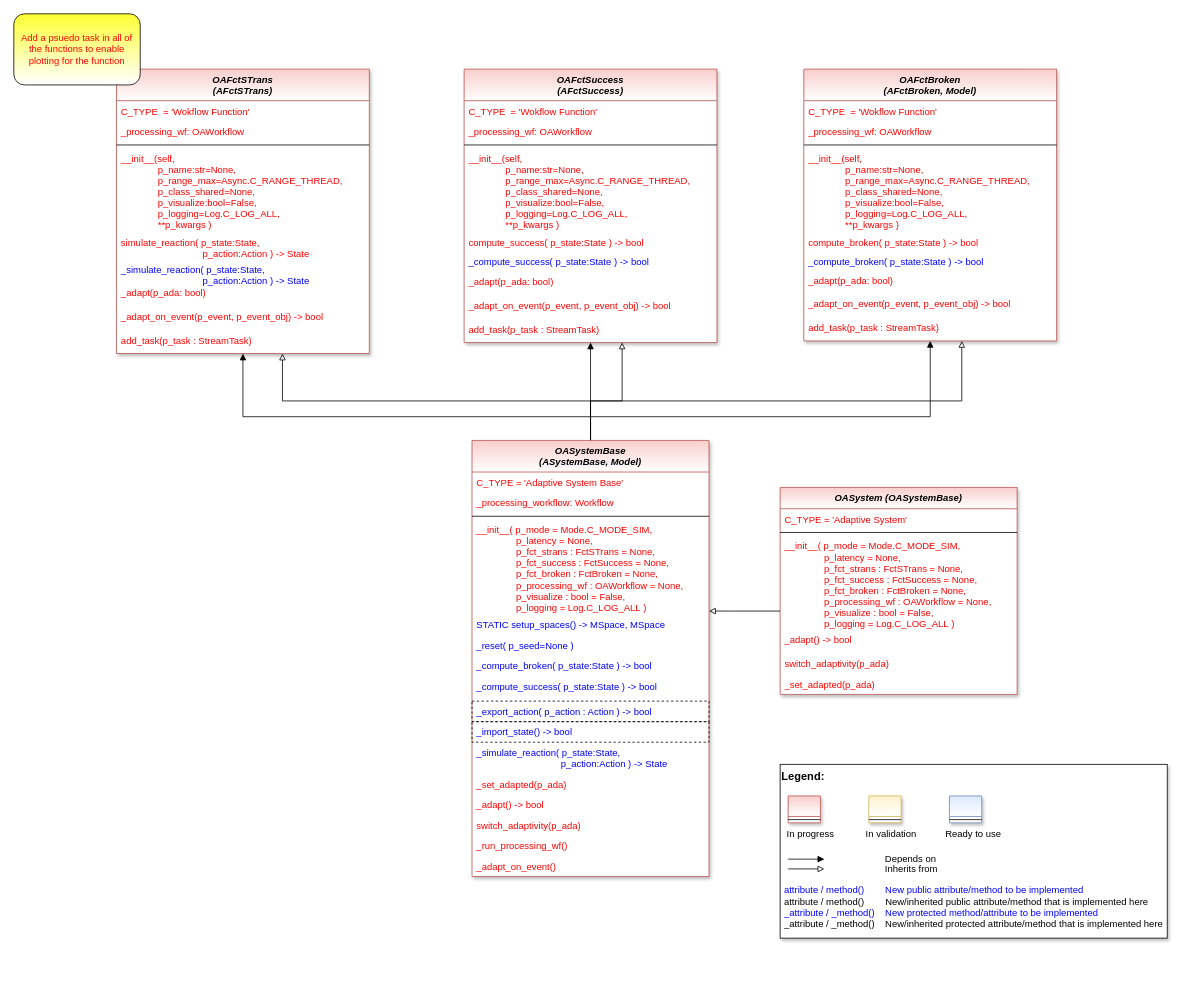
This is doc/rtd/content/04_appendices/appendix2/sub/core/mlpro_oa/images/MLPro-OA-Systems_OASystems.drawio from fhswf/MLPro, a draw.io file, before an edit. Source tidied: cells renumbered, new cells numbered last; positions are measured from the earlier drawing's top-left corner, leaving out a move shared by most shapes. Both pictures are drawn from the tidied source at 79%, with x=0, y=0 at pixel (13, 13).
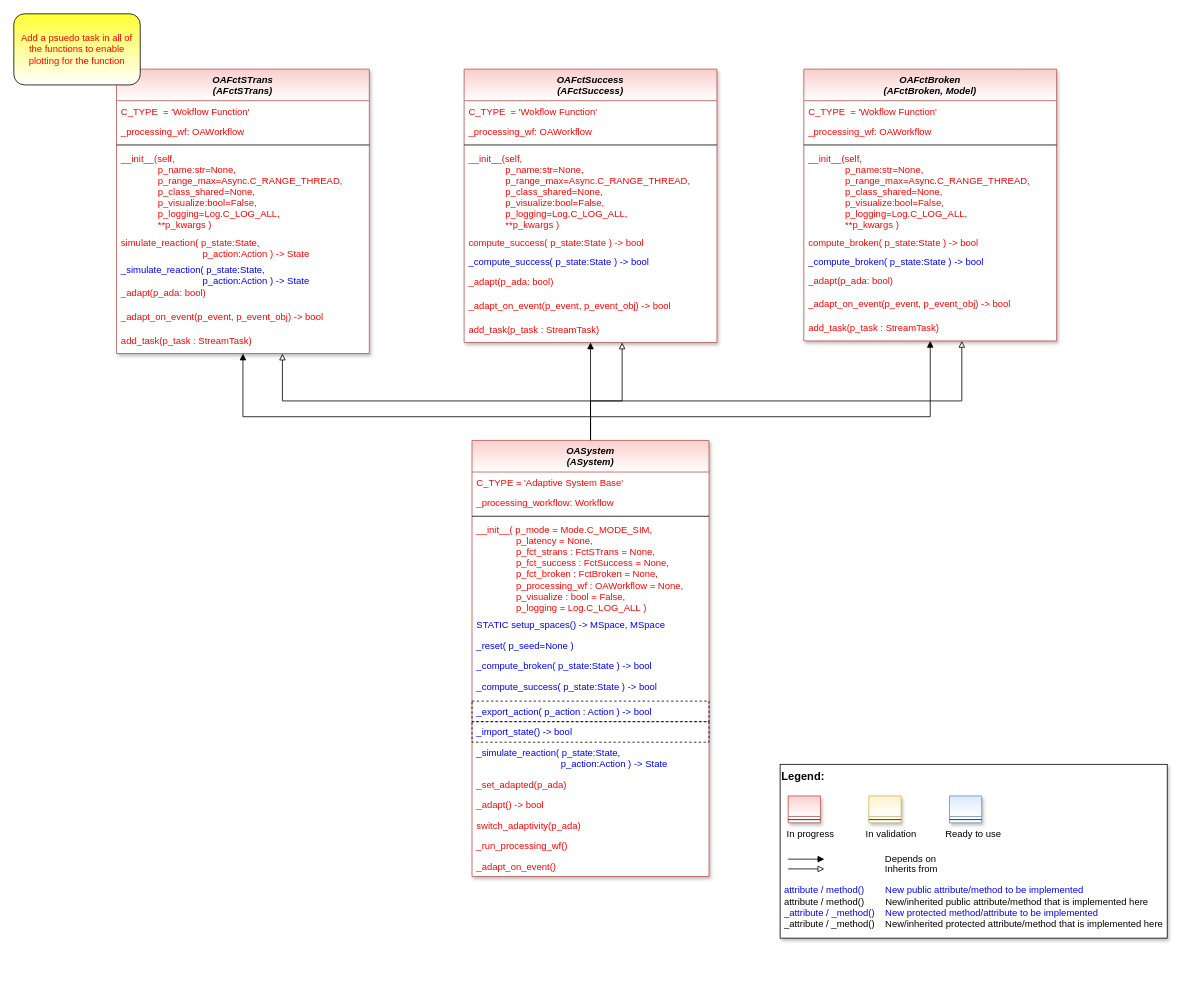
After the change.

Commit message (it also covers changes not shown here):
updated class diagrams

The edit, as a diff of the source:
```diff
@@
-    <mxCell id="8" value="OASystemBase&#10;(ASystemBase, Model)" style="swimlane;fontStyle=3;align=center;verticalAlign=top;horizontal=1;startSize=40;rounded=0;shadow=1;strokeWidth=1;fillColor=#f8cecc;strokeColor=#b85450;swimlaneFillColor=#ffffff;gradientColor=#FFFFFF;" parent="1" vertex="1">
+    <mxCell id="8" value="OASystem&#10;(ASystem)" style="swimlane;fontStyle=3;align=center;verticalAlign=top;horizontal=1;startSize=40;rounded=0;shadow=1;strokeWidth=1;fillColor=#f8cecc;strokeColor=#b85450;swimlaneFillColor=#ffffff;gradientColor=#FFFFFF;" parent="1" vertex="1">
       <mxGeometry x="580" y="540" width="300" height="552" as="geometry" />
     </mxCell>
@@
-    <mxCell id="25" value="OASystem (OASystemBase)" style="swimlane;fontStyle=3;align=center;verticalAlign=top;horizontal=1;startSize=27;rounded=0;shadow=1;strokeWidth=1;fillColor=#f8cecc;strokeColor=#b85450;swimlaneFillColor=#ffffff;gradientColor=#FFFFFF;" parent="1" vertex="1">
-      <mxGeometry x="970" y="599.5" width="300" height="262" as="geometry" />
-    </mxCell>
-    <mxCell id="26" value="C_TYPE = 'Adaptive System'" style="text;align=left;verticalAlign=top;spacingLeft=4;spacingRight=4;overflow=hidden;fontColor=#FF0000;" parent="25" vertex="1">
-      <mxGeometry y="27" width="300" height="26" as="geometry" />
-    </mxCell>
-    <mxCell id="27" style="line;html=1;strokeWidth=1;align=left;verticalAlign=middle;spacingTop=-1;spacingLeft=3;spacingRight=3;labelPosition=right;" parent="25" vertex="1">
-      <mxGeometry y="53" width="300" height="8" as="geometry" />
-    </mxCell>
-    <mxCell id="28" value="__init__( p_mode = Mode.C_MODE_SIM,&#10;               p_latency = None, &#10;               p_fct_strans : FctSTrans = None,&#10;               p_fct_success : FctSuccess = None,&#10;               p_fct_broken : FctBroken = None,&#10;               p_processing_wf : OAWorkflow = None,&#10;               p_visualize : bool = False,&#10;               p_logging = Log.C_LOG_ALL )" style="text;align=left;verticalAlign=top;spacingLeft=4;spacingRight=4;overflow=hidden;points=[[0,0.5],[1,0.5]];portConstraint=eastwest;fontColor=#FF0000;" parent="25" vertex="1">
-      <mxGeometry y="61" width="300" height="119" as="geometry" />
-    </mxCell>
-    <mxCell id="29" value="_adapt() -&gt; bool" style="text;align=left;verticalAlign=top;spacingLeft=4;spacingRight=4;overflow=hidden;fontColor=#FF0000;" parent="25" vertex="1">
-      <mxGeometry y="180" width="300" height="30" as="geometry" />
-    </mxCell>
-    <mxCell id="30" value="switch_adaptivity(p_ada)" style="text;align=left;verticalAlign=top;spacingLeft=4;spacingRight=4;overflow=hidden;fontColor=#FF0000;" parent="25" vertex="1">
-      <mxGeometry y="210" width="300" height="26" as="geometry" />
-    </mxCell>
-    <mxCell id="31" value="_set_adapted(p_ada)" style="text;align=left;verticalAlign=top;spacingLeft=4;spacingRight=4;overflow=hidden;fontColor=#FF0000;" parent="25" vertex="1">
-      <mxGeometry y="236" width="300" height="26" as="geometry" />
-    </mxCell>
-    <mxCell id="32" style="edgeStyle=orthogonalEdgeStyle;rounded=0;jettySize=auto;html=1;fontColor=default;endArrow=block;endFill=0;" parent="1" edge="1" source="28" target="8">
-      <mxGeometry relative="1" as="geometry">
-        <Array as="points">
-          <mxPoint x="910" y="756" />
-          <mxPoint x="910" y="756" />
-        </Array>
-      </mxGeometry>
-    </mxCell>
```
